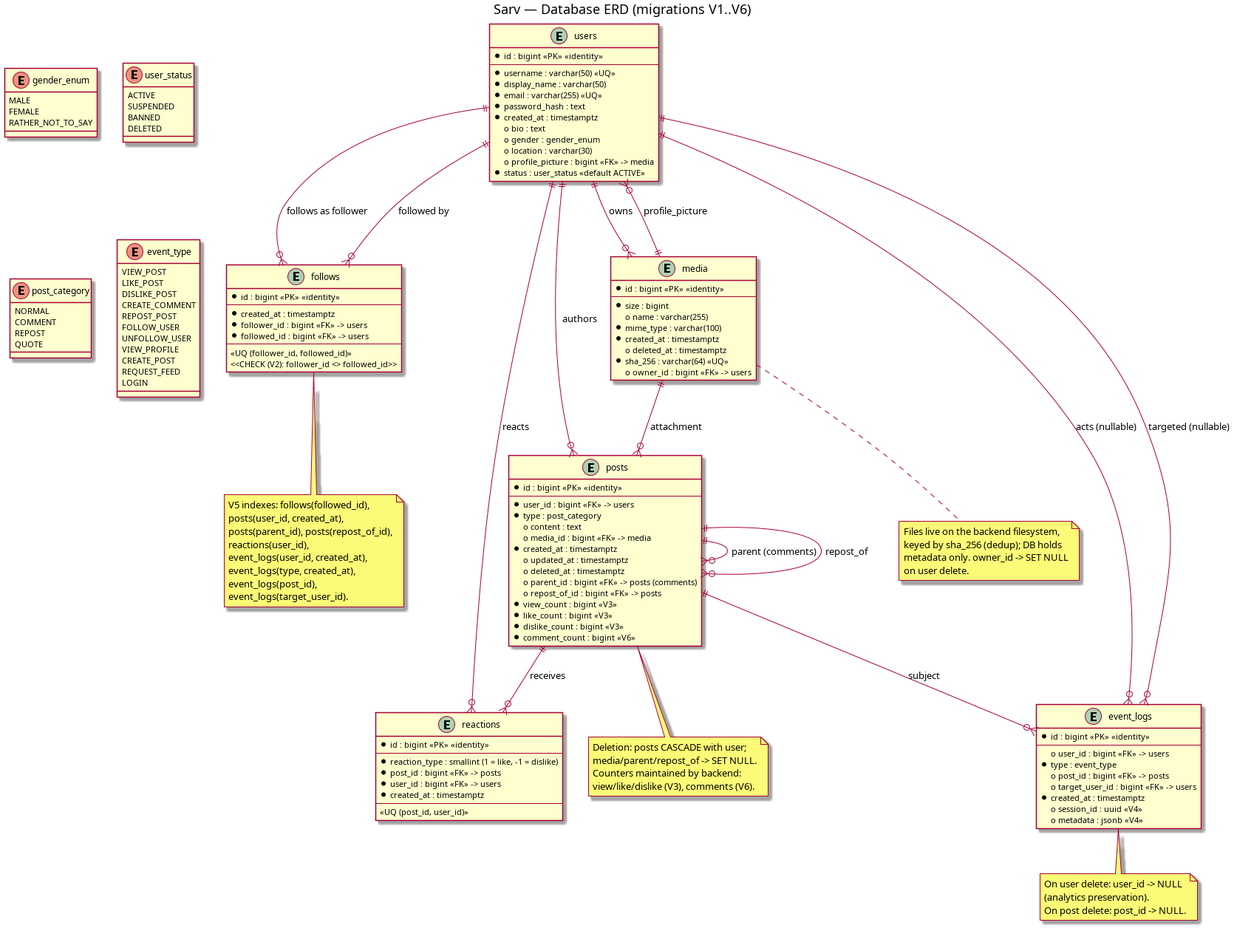
The PlantUML diagram docs/docs/assets/erd.png in ferigeek/sarv, before a commit. Its source is kept beside it as docs/docs/assets/erd.puml. The source it was exported from:
```plantuml
@startuml

title Sarv — Database ERD (migrations V1..V6)

entity users {
  * id : bigint <<PK>> <<identity>>
  --
  * username : varchar(50) <<UQ>>
  * display_name : varchar(50)
  * email : varchar(255) <<UQ>>
  * password_hash : text
  * created_at : timestamptz
  o bio : text
  o gender : gender_enum
  o location : varchar(30)
  o profile_picture : bigint <<FK>> -> media
  * status : user_status <<default ACTIVE>>
}

entity follows {
  * id : bigint <<PK>> <<identity>>
  --
  * created_at : timestamptz
  * follower_id : bigint <<FK>> -> users
  * followed_id : bigint <<FK>> -> users
  --
  <<UQ (follower_id, followed_id)>>
  <<CHECK (V2): follower_id <> followed_id>>
}

entity media {
  * id : bigint <<PK>> <<identity>>
  --
  * size : bigint
  o name : varchar(255)
  * mime_type : varchar(100)
  * created_at : timestamptz
  o deleted_at : timestamptz
  * sha_256 : varchar(64) <<UQ>>
  o owner_id : bigint <<FK>> -> users
}

entity posts {
  * id : bigint <<PK>> <<identity>>
  --
  * user_id : bigint <<FK>> -> users
  * type : post_category
  o content : text
  o media_id : bigint <<FK>> -> media
  * created_at : timestamptz
  o updated_at : timestamptz
  o deleted_at : timestamptz
  o parent_id : bigint <<FK>> -> posts (comments)
  o repost_of_id : bigint <<FK>> -> posts
  * view_count : bigint <<V3>>
  * like_count : bigint <<V3>>
  * dislike_count : bigint <<V3>>
  * comment_count : bigint <<V6>>
}

entity reactions {
  * id : bigint <<PK>> <<identity>>
  --
  * reaction_type : smallint (1 = like, -1 = dislike)
  * post_id : bigint <<FK>> -> posts
  * user_id : bigint <<FK>> -> users
  * created_at : timestamptz
  --
  <<UQ (post_id, user_id)>>
}

entity event_logs {
  * id : bigint <<PK>> <<identity>>
  --
  o user_id : bigint <<FK>> -> users
  * type : event_type
  o post_id : bigint <<FK>> -> posts
  o target_user_id : bigint <<FK>> -> users
  * created_at : timestamptz
  o session_id : uuid <<V4>>
  o metadata : jsonb <<V4>>
}

enum gender_enum {
  MALE
  FEMALE
  RATHER_NOT_TO_SAY
}

enum user_status {
  ACTIVE
  SUSPENDED
  BANNED
  DELETED
}

enum post_category {
  NORMAL
  COMMENT
  REPOST
  QUOTE
}

enum event_type {
  VIEW_POST
  LIKE_POST
  DISLIKE_POST
  CREATE_COMMENT
  REPOST_POST
  FOLLOW_USER
  UNFOLLOW_USER
  VIEW_PROFILE
  CREATE_POST
  REQUEST_FEED
  LOGIN
}

users ||--o{ posts : authors
users ||--o{ follows : "follows as follower"
users ||--o{ follows : "followed by"
users ||--o{ media : owns
users ||--o{ reactions : reacts
users ||--o{ event_logs : "acts (nullable)"
users ||--o{ event_logs : "targeted (nullable)"
media ||--o{ users : profile_picture
media ||--o{ posts : attachment
posts ||--o{ posts : "parent (comments)"
posts ||--o{ posts : "repost_of"
posts ||--o{ reactions : receives
posts ||--o{ event_logs : subject

note bottom of event_logs
  On user delete: user_id -> NULL
  (analytics preservation).
  On post delete: post_id -> NULL.
end note

note bottom of posts
  Deletion: posts CASCADE with user;
  media/parent/repost_of -> SET NULL.
  Counters maintained by backend:
  view/like/dislike (V3), comments (V6).
end note

note bottom of media
  Files live on the backend filesystem,
  keyed by sha_256 (dedup); DB holds
  metadata only. owner_id -> SET NULL
  on user delete.
end note

note bottom of follows
  V5 indexes: follows(followed_id),
  posts(user_id, created_at),
  posts(parent_id), posts(repost_of_id),
  reactions(user_id),
  event_logs(user_id, created_at),
  event_logs(type, created_at),
  event_logs(post_id),
  event_logs(target_user_id).
end note

@enduml
```
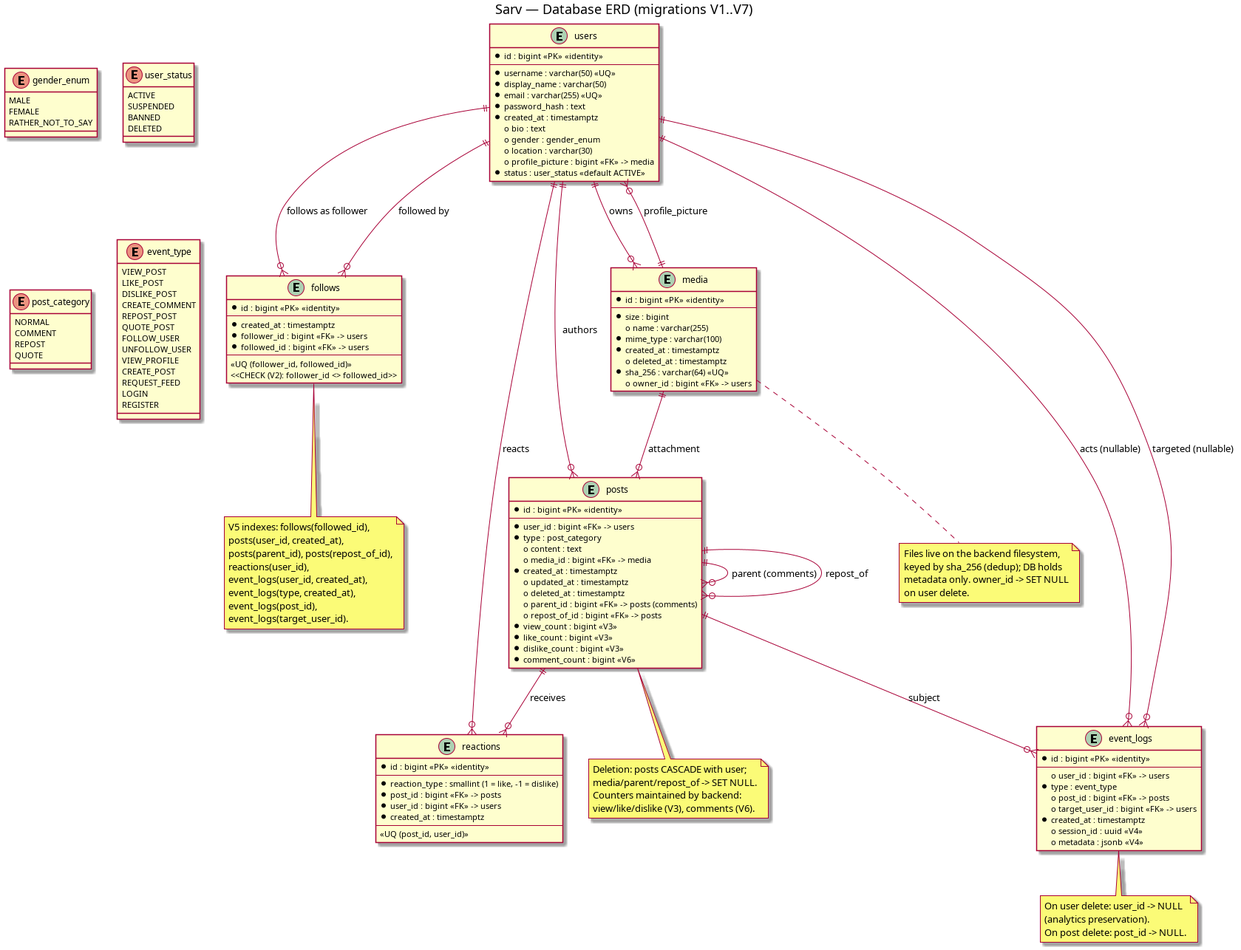
The same diagram one commit later.

Commit message:
docs: Sync event system docs with implementation (REGISTER, QUOTE_POST, V7)

Diff of the diagram source:
```diff
@@ -1,6 +1,6 @@
 @startuml
 
-title Sarv — Database ERD (migrations V1..V6)
+title Sarv — Database ERD (migrations V1..V7)
 
 entity users {
   * id : bigint <<PK>> <<identity>>
@@ -107,12 +107,14 @@
   DISLIKE_POST
   CREATE_COMMENT
   REPOST_POST
+  QUOTE_POST
   FOLLOW_USER
   UNFOLLOW_USER
   VIEW_PROFILE
   CREATE_POST
   REQUEST_FEED
   LOGIN
+  REGISTER
 }
 
 users ||--o{ posts : authors
```
